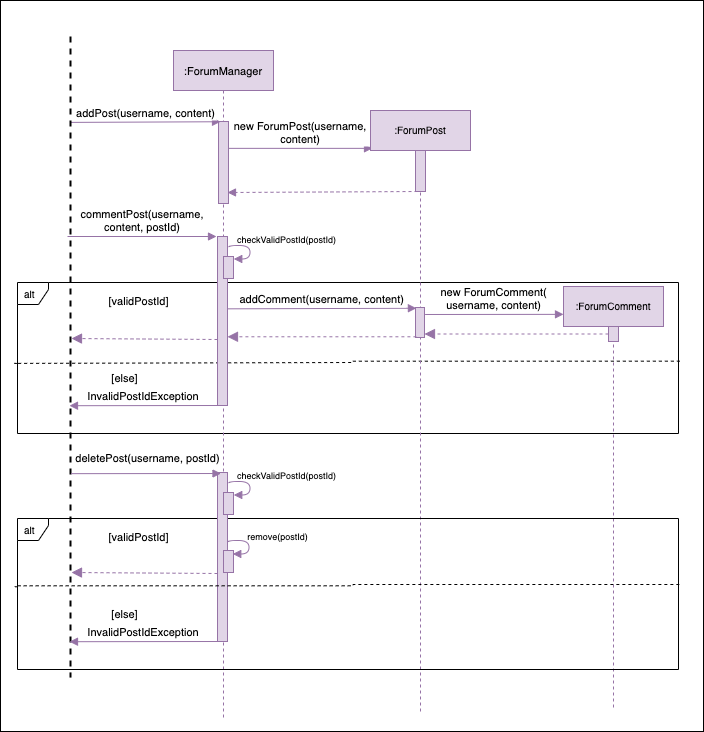
The draw.io diagram docs/developerGuideDiagrams/forumSequenceDiagram.png in theeugenechong/tp, before a commit. Source tidied: cells renumbered, new cells last; positions are measured from the earlier drawing's top-left corner, leaving out a move shared by most shapes.
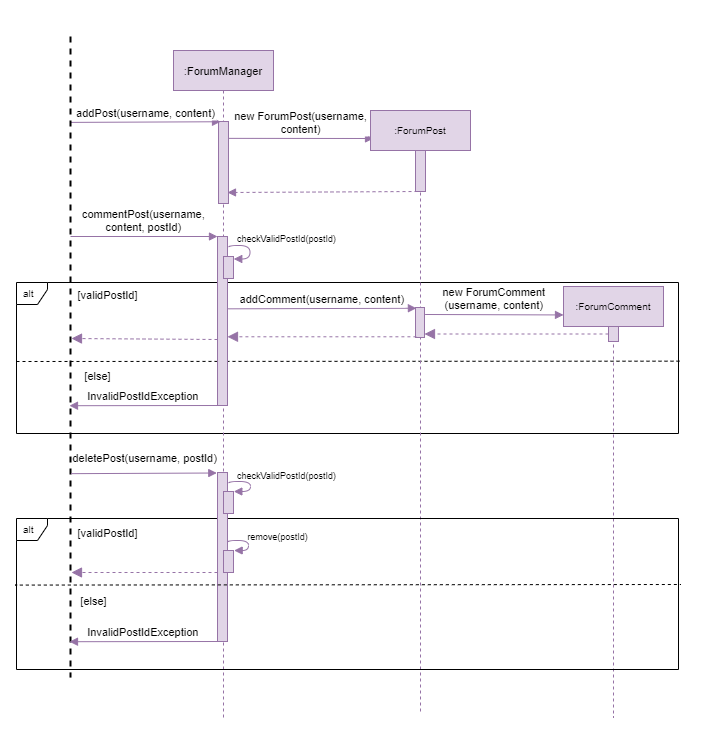
After the commit.

Commit message:
Increased neatness of diagram, fixed arrows which were pointing wrongly

Diff of the diagram source:
```diff
@@ -2,18 +2,18 @@
   <root>
     <mxCell id="0" />
     <mxCell id="1" parent="0" />
-    <mxCell id="2" value="&lt;b&gt;&lt;br&gt;&lt;/b&gt;" style="rounded=0;whiteSpace=wrap;html=1;" parent="1" vertex="1">
-      <mxGeometry width="703" height="731" as="geometry" />
+    <mxCell id="2" value="&lt;b&gt;&lt;br&gt;&lt;/b&gt;" style="rounded=0;whiteSpace=wrap;html=1;strokeColor=#FFFFFF;" parent="1" vertex="1">
+      <mxGeometry width="703" height="732" as="geometry" />
     </mxCell>
     <mxCell id="3" value="alt" style="shape=umlFrame;whiteSpace=wrap;html=1;width=31;height=22;boundedLbl=1;verticalAlign=middle;align=left;spacingLeft=5;fontSize=10;" parent="1" vertex="1">
-      <mxGeometry x="17" y="282" width="661" height="151" as="geometry" />
+      <mxGeometry x="16" y="282" width="662" height="151" as="geometry" />
     </mxCell>
-    <mxCell id="4" style="endArrow=none;dashed=1;html=1;rounded=0;edgeStyle=orthogonalEdgeStyle;entryX=1.003;entryY=0.521;entryDx=0;entryDy=0;entryPerimeter=0;exitX=-0.001;exitY=0.536;exitDx=0;exitDy=0;exitPerimeter=0;" parent="1" edge="1" source="3" target="3">
+    <mxCell id="4" style="endArrow=none;dashed=1;html=1;rounded=0;edgeStyle=orthogonalEdgeStyle;entryX=1.003;entryY=0.521;entryDx=0;entryDy=0;entryPerimeter=0;" parent="1" edge="1" target="3">
       <mxGeometry relative="1" as="geometry">
+        <mxPoint x="16" y="361" as="sourcePoint" />
         <Array as="points">
-          <mxPoint x="14" y="363" />
-          <mxPoint x="352" y="362" />
-          <mxPoint x="352" y="361" />
+          <mxPoint x="16" y="361" />
+          <mxPoint x="14" y="361" />
         </Array>
       </mxGeometry>
     </mxCell>
@@ -40,8 +40,11 @@
     <mxCell id="9" style="perimeter=orthogonalPerimeter;rounded=0;shadow=0;strokeWidth=1;fontFamily=Helvetica;fontSize=11;fillColor=#e1d5e7;strokeColor=#9673a6;" parent="5" vertex="1">
       <mxGeometry x="50" y="206" width="10" height="22" as="geometry" />
     </mxCell>
-    <mxCell id="10" value="new ForumPost(username, &#10;content)" style="verticalAlign=bottom;endArrow=block;entryX=0.02;entryY=0.063;shadow=0;strokeWidth=1;fontFamily=Helvetica;fontSize=11;fillColor=#e1d5e7;strokeColor=#9673a6;entryDx=0;entryDy=0;entryPerimeter=0;" parent="1" edge="1" source="6" target="13">
-      <mxGeometry relative="1" as="geometry" />
+    <mxCell id="10" value="new ForumPost(username, &#10;content)" style="verticalAlign=bottom;endArrow=block;shadow=0;strokeWidth=1;fontFamily=Helvetica;fontSize=11;fillColor=#e1d5e7;strokeColor=#9673a6;" parent="1" edge="1">
+      <mxGeometry relative="1" as="geometry">
+        <mxPoint x="228" y="137.9" as="sourcePoint" />
+        <mxPoint x="373" y="138" as="targetPoint" />
+      </mxGeometry>
     </mxCell>
     <mxCell id="11" value="addPost(username, content)" style="verticalAlign=bottom;endArrow=block;shadow=0;strokeWidth=1;fontFamily=Helvetica;fontSize=11;fillColor=#e1d5e7;strokeColor=#9673a6;exitX=0.134;exitY=0.45;exitDx=0;exitDy=0;exitPerimeter=0;entryX=0.2;entryY=0.003;entryDx=0;entryDy=0;entryPerimeter=0;labelBorderColor=none;labelBackgroundColor=#FFFFFF;" parent="1" edge="1" source="12" target="6">
       <mxGeometry relative="1" as="geometry" />
@@ -61,20 +64,19 @@
     <mxCell id="16" style="verticalAlign=bottom;endArrow=block;shadow=0;strokeWidth=1;fontFamily=Helvetica;fontSize=11;fillColor=#e1d5e7;strokeColor=#9673a6;exitX=0.2;exitY=1;exitDx=0;exitDy=0;exitPerimeter=0;dashed=1;entryX=0.9;entryY=0.866;entryDx=0;entryDy=0;entryPerimeter=0;" parent="1" edge="1" source="14" target="6">
       <mxGeometry relative="1" as="geometry" />
     </mxCell>
-    <mxCell id="17" value="commentPost(username,&#10;content, postId)" style="verticalAlign=bottom;endArrow=block;shadow=0;strokeWidth=1;fontFamily=Helvetica;fontSize=11;fillColor=#e1d5e7;strokeColor=#9673a6;labelBackgroundColor=#FFFFFF;" parent="1" edge="1">
+    <mxCell id="17" value="commentPost(username,&#10;content, postId)" style="verticalAlign=bottom;endArrow=block;shadow=0;strokeWidth=1;fontFamily=Helvetica;fontSize=11;fillColor=#e1d5e7;strokeColor=#9673a6;labelBackgroundColor=#FFFFFF;entryX=-0.002;entryY=0;entryDx=0;entryDy=0;entryPerimeter=0;" parent="1" edge="1" target="8">
       <mxGeometry relative="1" as="geometry">
-        <mxPoint x="67" y="236" as="sourcePoint" />
-        <mxPoint x="216" y="236" as="targetPoint" />
+        <mxPoint x="70" y="236" as="sourcePoint" />
       </mxGeometry>
     </mxCell>
     <mxCell id="18" value="checkValidPostId(postId)" style="text;html=1;align=center;verticalAlign=middle;strokeColor=none;fillColor=none;rounded=0;hachureGap=4;fontFamily=Helvetica;fontSize=9;" parent="1" vertex="1">
       <mxGeometry x="231" y="231" width="109" height="15" as="geometry" />
     </mxCell>
     <mxCell id="19" value="[validPostId]" style="text;html=1;align=center;verticalAlign=middle;strokeColor=none;fillColor=none;rounded=0;hachureGap=4;fontFamily=Helvetica;fontSize=11;" parent="1" vertex="1">
-      <mxGeometry x="103" y="292" width="70" height="17" as="geometry" />
+      <mxGeometry x="72" y="286" width="70" height="17" as="geometry" />
     </mxCell>
     <mxCell id="20" value="[else]" style="text;html=1;align=center;verticalAlign=middle;strokeColor=none;fillColor=none;rounded=0;hachureGap=4;fontFamily=Helvetica;fontSize=11;" parent="1" vertex="1">
-      <mxGeometry x="106" y="369" width="36" height="17" as="geometry" />
+      <mxGeometry x="79" y="367" width="36" height="17" as="geometry" />
     </mxCell>
     <mxCell id="21" value="InvalidPostIdException" style="verticalAlign=bottom;endArrow=block;shadow=0;strokeWidth=1;fontFamily=Helvetica;fontSize=11;fillColor=#e1d5e7;strokeColor=#9673a6;entryX=0.576;entryY=0.6;entryDx=0;entryDy=0;entryPerimeter=0;exitX=0;exitY=1;exitDx=0;exitDy=0;exitPerimeter=0;" parent="1" edge="1" source="8" target="12">
       <mxGeometry relative="1" as="geometry" />
@@ -92,28 +94,28 @@
       <mxGeometry relative="1" as="geometry" />
     </mxCell>
     <mxCell id="25" value=":ForumComment" style="shape=umlLifeline;perimeter=lifelinePerimeter;rounded=0;shadow=0;strokeWidth=1;fontFamily=Helvetica;fontSize=10;fillColor=#e1d5e7;strokeColor=#9673a6;" parent="1" vertex="1">
-      <mxGeometry x="563" y="286" width="100" height="422" as="geometry" />
+      <mxGeometry x="563" y="286" width="100" height="431" as="geometry" />
     </mxCell>
     <mxCell id="26" style="points=[];perimeter=orthogonalPerimeter;rounded=0;shadow=0;strokeWidth=1;fontFamily=Helvetica;fontSize=11;fillColor=#e1d5e7;strokeColor=#9673a6;" parent="25" vertex="1">
       <mxGeometry x="45" y="40" width="10" height="15" as="geometry" />
     </mxCell>
-    <mxCell id="27" value="new ForumComment(&#10;username, content)" style="verticalAlign=bottom;endArrow=block;shadow=0;strokeWidth=1;fontFamily=Helvetica;fontSize=11;fillColor=#e1d5e7;strokeColor=#9673a6;entryX=0;entryY=0.066;entryDx=0;entryDy=0;entryPerimeter=0;exitX=1.067;exitY=0.233;exitDx=0;exitDy=0;exitPerimeter=0;" parent="1" edge="1" source="15" target="25">
+    <mxCell id="27" value="new ForumComment&#10;(username, content)" style="verticalAlign=bottom;endArrow=block;shadow=0;strokeWidth=1;fontFamily=Helvetica;fontSize=11;fillColor=#e1d5e7;strokeColor=#9673a6;entryX=0;entryY=0.066;entryDx=0;entryDy=0;entryPerimeter=0;exitX=1.067;exitY=0.233;exitDx=0;exitDy=0;exitPerimeter=0;" parent="1" edge="1" source="15" target="25">
       <mxGeometry relative="1" as="geometry" />
     </mxCell>
     <mxCell id="28" style="verticalAlign=bottom;endArrow=block;dashed=1;endSize=8;shadow=0;strokeWidth=1;fontFamily=Helvetica;fontSize=11;fillColor=#e1d5e7;strokeColor=#9673a6;endFill=1;" parent="1" edge="1" source="26" target="15">
       <mxGeometry x="0.01" relative="1" as="geometry" />
     </mxCell>
     <mxCell id="29" value="alt" style="shape=umlFrame;whiteSpace=wrap;html=1;width=31;height=22;boundedLbl=1;verticalAlign=middle;align=left;spacingLeft=5;fontSize=10;" parent="1" vertex="1">
-      <mxGeometry x="17" y="518" width="661" height="151" as="geometry" />
+      <mxGeometry x="16" y="518" width="662" height="151" as="geometry" />
     </mxCell>
-    <mxCell id="30" style="curved=1;endArrow=block;html=1;rounded=0;fontFamily=Helvetica;fontSize=10;edgeStyle=orthogonalEdgeStyle;entryX=0.976;entryY=0.048;entryDx=0;entryDy=0;entryPerimeter=0;exitX=1.052;exitY=0.177;exitDx=0;exitDy=0;exitPerimeter=0;fillColor=#e1d5e7;strokeColor=#9673a6;endFill=1;" parent="1" edge="1">
+    <mxCell id="30" style="curved=1;endArrow=block;html=1;rounded=0;fontFamily=Helvetica;fontSize=10;edgeStyle=orthogonalEdgeStyle;entryX=1.026;entryY=-0.024;entryDx=0;entryDy=0;entryPerimeter=0;exitX=1.052;exitY=0.177;exitDx=0;exitDy=0;exitPerimeter=0;fillColor=#e1d5e7;strokeColor=#9673a6;endFill=1;" parent="1" edge="1" target="32">
       <mxGeometry relative="1" as="geometry">
         <mxPoint x="228" y="483" as="sourcePoint" />
-        <mxPoint x="233.3" y="494.5" as="targetPoint" />
         <Array as="points">
-          <mxPoint x="228.5" y="481" />
-          <mxPoint x="249.5" y="481" />
-          <mxPoint x="249.5" y="495" />
+          <mxPoint x="228" y="481" />
+          <mxPoint x="250" y="481" />
+          <mxPoint x="250" y="491" />
+          <mxPoint x="233" y="491" />
         </Array>
       </mxGeometry>
     </mxCell>
@@ -121,42 +123,40 @@
       <mxGeometry x="217" y="472" width="10" height="169" as="geometry" />
     </mxCell>
     <mxCell id="32" style="points=[];perimeter=orthogonalPerimeter;rounded=0;shadow=0;strokeWidth=1;fontFamily=Helvetica;fontSize=11;fillColor=#e1d5e7;strokeColor=#9673a6;" parent="1" vertex="1">
-      <mxGeometry x="223" y="492" width="10" height="22" as="geometry" />
+      <mxGeometry x="223" y="491" width="10" height="22" as="geometry" />
     </mxCell>
     <mxCell id="33" value="checkValidPostId(postId)" style="text;html=1;align=center;verticalAlign=middle;strokeColor=none;fillColor=none;rounded=0;hachureGap=4;fontFamily=Helvetica;fontSize=9;" parent="1" vertex="1">
       <mxGeometry x="231" y="467" width="109" height="15" as="geometry" />
     </mxCell>
     <mxCell id="34" value="[validPostId]" style="text;html=1;align=center;verticalAlign=middle;strokeColor=none;fillColor=none;rounded=0;hachureGap=4;fontFamily=Helvetica;fontSize=11;" parent="1" vertex="1">
-      <mxGeometry x="103" y="528" width="70" height="17" as="geometry" />
+      <mxGeometry x="72" y="524" width="70" height="17" as="geometry" />
     </mxCell>
     <mxCell id="35" value="[else]" style="text;html=1;align=center;verticalAlign=middle;strokeColor=none;fillColor=none;rounded=0;hachureGap=4;fontFamily=Helvetica;fontSize=11;" parent="1" vertex="1">
-      <mxGeometry x="106" y="605" width="36" height="17" as="geometry" />
+      <mxGeometry x="75" y="592" width="36" height="17" as="geometry" />
     </mxCell>
-    <mxCell id="36" value="deletePost(username, postId)" style="verticalAlign=bottom;endArrow=block;shadow=0;strokeWidth=1;fontFamily=Helvetica;fontSize=11;fillColor=#e1d5e7;strokeColor=#9673a6;entryX=0.35;entryY=0.006;entryDx=0;entryDy=0;entryPerimeter=0;exitX=0.682;exitY=0.45;exitDx=0;exitDy=0;exitPerimeter=0;labelBackgroundColor=#FFFFFF;" parent="1" edge="1" source="12" target="31">
+    <mxCell id="36" value="deletePost(username, postId)" style="verticalAlign=bottom;endArrow=block;shadow=0;strokeWidth=1;fontFamily=Helvetica;fontSize=11;fillColor=#e1d5e7;strokeColor=#9673a6;entryX=-0.072;entryY=0.003;entryDx=0;entryDy=0;entryPerimeter=0;exitX=0.682;exitY=0.45;exitDx=0;exitDy=0;exitPerimeter=0;labelBackgroundColor=#FFFFFF;" parent="1" edge="1" source="12" target="31">
       <mxGeometry x="0.02" y="6" relative="1" as="geometry" />
     </mxCell>
-    <mxCell id="37" style="endArrow=none;dashed=1;html=1;rounded=0;edgeStyle=orthogonalEdgeStyle;entryX=1.003;entryY=0.521;entryDx=0;entryDy=0;entryPerimeter=0;exitX=-0.001;exitY=0.536;exitDx=0;exitDy=0;exitPerimeter=0;" parent="1" edge="1">
+    <mxCell id="37" style="endArrow=none;dashed=1;html=1;rounded=0;edgeStyle=orthogonalEdgeStyle;entryX=1.003;entryY=0.521;entryDx=0;entryDy=0;entryPerimeter=0;exitX=0.001;exitY=0.441;exitDx=0;exitDy=0;exitPerimeter=0;" parent="1" edge="1" source="29">
       <mxGeometry relative="1" as="geometry">
-        <mxPoint x="16.8" y="586.3" as="sourcePoint" />
         <mxPoint x="680.5" y="584" as="targetPoint" />
         <Array as="points">
-          <mxPoint x="14.5" y="586.3" />
-          <mxPoint x="352.5" y="585.3" />
-          <mxPoint x="352.5" y="584.3" />
+          <mxPoint x="15" y="585" />
+          <mxPoint x="15" y="584" />
         </Array>
       </mxGeometry>
     </mxCell>
     <mxCell id="38" style="points=[];perimeter=orthogonalPerimeter;rounded=0;shadow=0;strokeWidth=1;fontFamily=Helvetica;fontSize=11;fillColor=#e1d5e7;strokeColor=#9673a6;" parent="1" vertex="1">
       <mxGeometry x="223" y="550" width="10" height="22" as="geometry" />
     </mxCell>
-    <mxCell id="39" style="curved=1;endArrow=block;html=1;rounded=0;fontFamily=Helvetica;fontSize=10;edgeStyle=orthogonalEdgeStyle;entryX=0.976;entryY=0.048;entryDx=0;entryDy=0;entryPerimeter=0;exitX=1.052;exitY=0.177;exitDx=0;exitDy=0;exitPerimeter=0;fillColor=#e1d5e7;strokeColor=#9673a6;endFill=1;" parent="1" edge="1">
+    <mxCell id="39" style="curved=1;endArrow=block;html=1;rounded=0;fontFamily=Helvetica;fontSize=10;edgeStyle=orthogonalEdgeStyle;entryX=1.072;entryY=0.02;entryDx=0;entryDy=0;entryPerimeter=0;exitX=1.052;exitY=0.177;exitDx=0;exitDy=0;exitPerimeter=0;fillColor=#e1d5e7;strokeColor=#9673a6;endFill=1;" parent="1" edge="1" target="38">
       <mxGeometry relative="1" as="geometry">
         <mxPoint x="227" y="542" as="sourcePoint" />
-        <mxPoint x="232.3" y="553.5" as="targetPoint" />
         <Array as="points">
-          <mxPoint x="227.5" y="540" />
-          <mxPoint x="248.5" y="540" />
-          <mxPoint x="248.5" y="554" />
+          <mxPoint x="227" y="540" />
+          <mxPoint x="248" y="540" />
+          <mxPoint x="248" y="550" />
+          <mxPoint x="234" y="550" />
         </Array>
       </mxGeometry>
     </mxCell>
@@ -165,7 +165,7 @@
     </mxCell>
     <mxCell id="41" style="verticalAlign=bottom;endArrow=block;dashed=1;endSize=8;shadow=0;strokeWidth=1;fontFamily=Helvetica;fontSize=11;fillColor=#e1d5e7;strokeColor=#9673a6;endFill=1;" parent="1" edge="1">
       <mxGeometry x="0.01" relative="1" as="geometry">
-        <mxPoint x="217" y="573" as="sourcePoint" />
+        <mxPoint x="217" y="572" as="sourcePoint" />
         <mxPoint x="71" y="572" as="targetPoint" />
       </mxGeometry>
     </mxCell>
```
